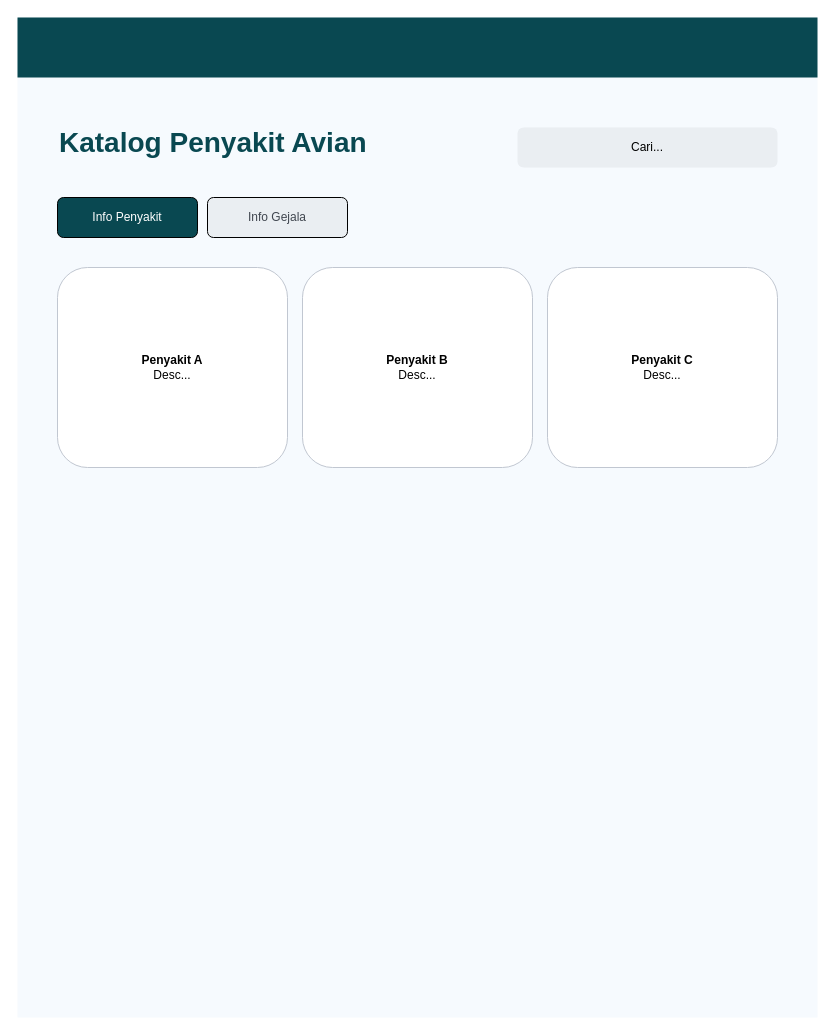
This is diagram/desain/katalog.drawio from Jinsky/Jinsky, a draw.io file, before an edit. Source tidied: cells renumbered, new cells numbered last; positions are measured from the earlier drawing's top-left corner, leaving out a move shared by most shapes. Both pictures are drawn from the tidied source at 100%, with x=0, y=0 at pixel (17, 17).
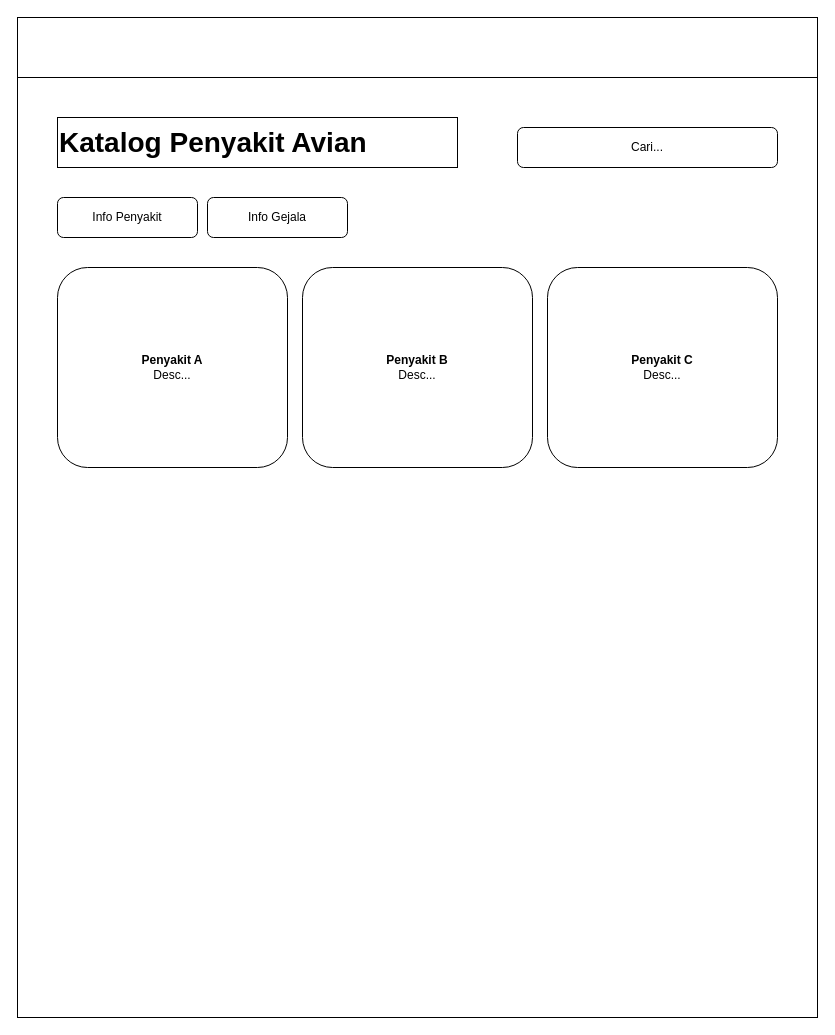
The same page after the edit.

What changed in the source:
```diff
@@
 <mxGraphModel>
   <root>
     <mxCell id="0" />
     <mxCell id="1" parent="0" />
-    <mxCell id="2" style="rounded=0;whiteSpace=wrap;html=1;fillColor=#f6fafe;strokeColor=none;" parent="1" vertex="1">
+    <mxCell id="2" style="rounded=0;whiteSpace=wrap;html=1;fillColor=#ffffff;strokeColor=#000000;fontColor=#000000;" parent="1" vertex="1">
       <mxGeometry width="800" height="1000" as="geometry" />
     </mxCell>
-    <mxCell id="3" style="rounded=0;whiteSpace=wrap;html=1;fillColor=#094851;strokeColor=none;" parent="1" vertex="1">
+    <mxCell id="3" style="rounded=0;whiteSpace=wrap;html=1;fillColor=#ffffff;strokeColor=#000000;fontColor=#000000;" parent="1" vertex="1">
       <mxGeometry width="800" height="60" as="geometry" />
     </mxCell>
-    <mxCell id="4" value="&lt;b&gt;Katalog Penyakit Avian&lt;/b&gt;" style="text;html=1;strokeColor=none;fillColor=none;align=left;verticalAlign=middle;whiteSpace=wrap;rounded=0;fontSize=28;fontColor=#094851;" parent="1" vertex="1">
+    <mxCell id="4" value="&lt;b&gt;Katalog Penyakit Avian&lt;/b&gt;" style="text;html=1;strokeColor=#000000;fillColor=none;align=left;verticalAlign=middle;whiteSpace=wrap;rounded=0;fontSize=28;fontColor=#000000;" parent="1" vertex="1">
       <mxGeometry x="40" y="100" width="400" height="50" as="geometry" />
     </mxCell>
-    <mxCell id="5" value="Cari..." style="rounded=0;whiteSpace=wrap;html=1;fillColor=#eaeef2;rounded=1;strokeColor=none;" parent="1" vertex="1">
+    <mxCell id="5" value="Cari..." style="rounded=1;whiteSpace=wrap;html=1;fillColor=#ffffff;strokeColor=#000000;fontColor=#000000;" parent="1" vertex="1">
       <mxGeometry x="500" y="110" width="260" height="40" as="geometry" />
     </mxCell>
-    <mxCell id="6" value="Info Penyakit" style="rounded=0;whiteSpace=wrap;html=1;fillColor=#094851;fontColor=#ffffff;rounded=1;" parent="1" vertex="1">
+    <mxCell id="6" value="Info Penyakit" style="rounded=1;whiteSpace=wrap;html=1;fillColor=#ffffff;fontColor=#000000;strokeColor=#000000;" parent="1" vertex="1">
       <mxGeometry x="40" y="180" width="140" height="40" as="geometry" />
     </mxCell>
-    <mxCell id="7" value="Info Gejala" style="rounded=0;whiteSpace=wrap;html=1;fillColor=#eaeef2;fontColor=#414750;rounded=1;" parent="1" vertex="1">
+    <mxCell id="7" value="Info Gejala" style="rounded=1;whiteSpace=wrap;html=1;fillColor=#ffffff;fontColor=#000000;strokeColor=#000000;" parent="1" vertex="1">
       <mxGeometry x="190" y="180" width="140" height="40" as="geometry" />
     </mxCell>
-    <mxCell id="8" value="&lt;b&gt;Penyakit A&lt;/b&gt;&lt;br/&gt;Desc..." style="rounded=0;whiteSpace=wrap;html=1;fillColor=#ffffff;rounded=1;strokeColor=#c1c7d1;borderLeft=4;" parent="1" vertex="1">
+    <mxCell id="8" value="&lt;b&gt;Penyakit A&lt;/b&gt;&lt;br/&gt;Desc..." style="rounded=1;whiteSpace=wrap;html=1;fillColor=#ffffff;strokeColor=#000000;borderLeft=4;fontColor=#000000;" parent="1" vertex="1">
       <mxGeometry x="40" y="250" width="230" height="200" as="geometry" />
     </mxCell>
-    <mxCell id="9" value="&lt;b&gt;Penyakit B&lt;/b&gt;&lt;br/&gt;Desc..." style="rounded=0;whiteSpace=wrap;html=1;fillColor=#ffffff;rounded=1;strokeColor=#c1c7d1;borderLeft=4;" parent="1" vertex="1">
+    <mxCell id="9" value="&lt;b&gt;Penyakit B&lt;/b&gt;&lt;br/&gt;Desc..." style="rounded=1;whiteSpace=wrap;html=1;fillColor=#ffffff;strokeColor=#000000;borderLeft=4;fontColor=#000000;" parent="1" vertex="1">
       <mxGeometry x="285" y="250" width="230" height="200" as="geometry" />
     </mxCell>
-    <mxCell id="10" value="&lt;b&gt;Penyakit C&lt;/b&gt;&lt;br/&gt;Desc..." style="rounded=0;whiteSpace=wrap;html=1;fillColor=#ffffff;rounded=1;strokeColor=#c1c7d1;borderLeft=4;" parent="1" vertex="1">
+    <mxCell id="10" value="&lt;b&gt;Penyakit C&lt;/b&gt;&lt;br/&gt;Desc..." style="rounded=1;whiteSpace=wrap;html=1;fillColor=#ffffff;strokeColor=#000000;borderLeft=4;fontColor=#000000;" parent="1" vertex="1">
       <mxGeometry x="530" y="250" width="230" height="200" as="geometry" />
     </mxCell>
   </root>
 </mxGraphModel>
```
